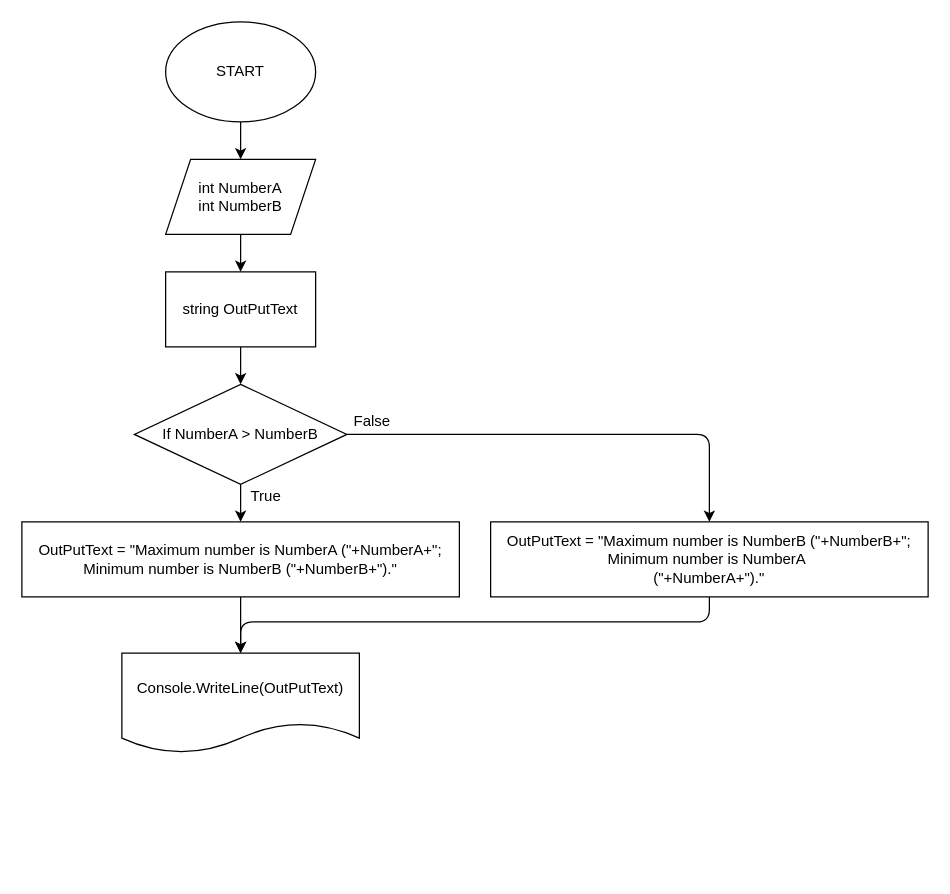
Earlier version of the draw.io diagram Exercise_2/BlockDiagram.drawio (pozdnyakovbogdan00/Lesson_1_HomeWork). Source tidied: cells renumbered, new cells numbered last; positions are measured from the earlier drawing's top-left corner, leaving out a move shared by most shapes. Both pictures are drawn from the tidied source at 125%, with x=0, y=0 at pixel (21, 21).
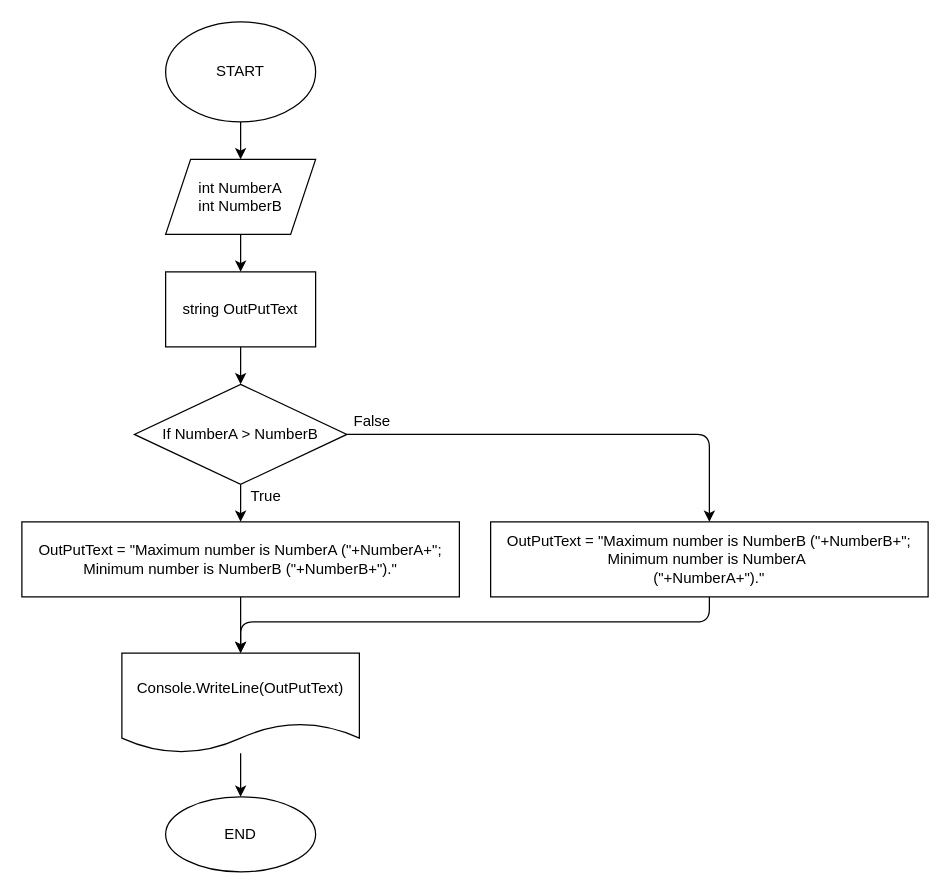
The same page after the edit.

Commit message (it also covers changes not shown here):
Modify block diagrams and add readme in Exercise 4

Unchanged cells that the change refers to:
```xml
<mxCell id="16" value="Console.WriteLine(OutPutText)" style="shape=document;whiteSpace=wrap;html=1;boundedLbl=1;" parent="1" vertex="1">
  <mxGeometry x="80" y="505" width="190" height="80" as="geometry" />
</mxCell>
```

What changed in the source:
```diff
@@
+    <mxCell id="18" style="edgeStyle=none;html=1;" parent="1" edge="1" source="16" target="19">
+      <mxGeometry relative="1" as="geometry" />
+    </mxCell>
@@
+    <mxCell id="19" value="END" style="ellipse;whiteSpace=wrap;html=1;" parent="1" vertex="1">
+      <mxGeometry x="115" y="620" width="120" height="60" as="geometry" />
+    </mxCell>
```
